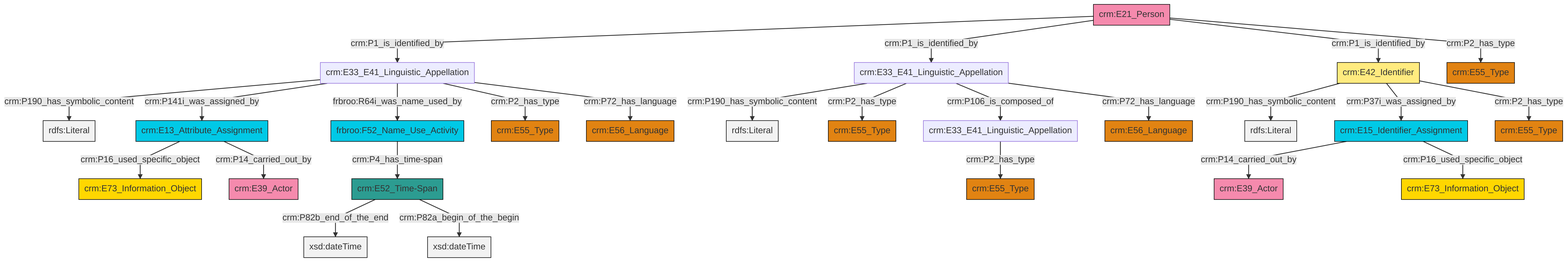
swiss-art-research-net/docs.swissartresearch keeps this Mermaid diagram as et/personCSV/ttl/mmd/png/Person_Names_and_Classification.png. Above is the earlier version. Its source is kept beside it as et/personCSV/ttl/mmd/Person_Names_and_Classification.ttl.mmd.
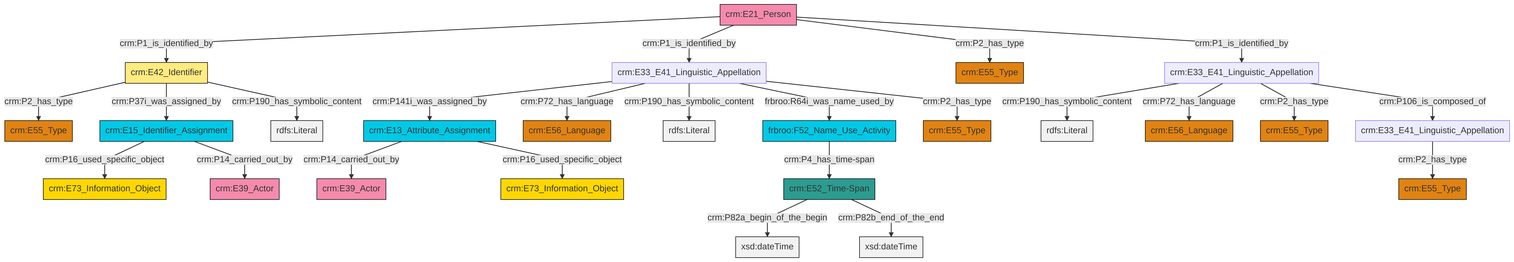
Later version of the same file.

Change to the diagram source:
```diff
@@ -13,27 +13,27 @@
 classDef PC_Classes fill:#4ce600, stroke:#000000;
 classDef Multi fill:#cccccc,stroke:#000000;
 
-4["frbroo:F52_Name_Use_Activity"]:::Temporal_Entity -->|crm:P4_has_time-span| 5["crm:E52_Time-Span"]:::Time-Span
-6["crm:E33_E41_Linguistic_Appellation"]:::Default -->|crm:P190_has_symbolic_content| 7[rdfs:Literal]:::Literal
-15["crm:E21_Person"]:::Actor -->|crm:P1_is_identified_by| 6["crm:E33_E41_Linguistic_Appellation"]:::Default
-2["crm:E33_E41_Linguistic_Appellation"]:::Default -->|crm:P190_has_symbolic_content| 18[rdfs:Literal]:::Literal
-6["crm:E33_E41_Linguistic_Appellation"]:::Default -->|crm:P141i_was_assigned_by| 21["crm:E13_Attribute_Assignment"]:::Temporal_Entity
-5["crm:E52_Time-Span"]:::Time-Span -->|crm:P82b_end_of_the_end| 24[xsd:dateTime]:::Literal
-27["crm:E42_Identifier"]:::Appellation -->|crm:P190_has_symbolic_content| 28[rdfs:Literal]:::Literal
-13["crm:E15_Identifier_Assignment"]:::Temporal_Entity -->|crm:P14_carried_out_by| 29["crm:E39_Actor"]:::Actor
-13["crm:E15_Identifier_Assignment"]:::Temporal_Entity -->|crm:P16_used_specific_object| 30["crm:E73_Information_Object"]:::Conceptual_Object
-15["crm:E21_Person"]:::Actor -->|crm:P1_is_identified_by| 2["crm:E33_E41_Linguistic_Appellation"]:::Default
-15["crm:E21_Person"]:::Actor -->|crm:P1_is_identified_by| 27["crm:E42_Identifier"]:::Appellation
-21["crm:E13_Attribute_Assignment"]:::Temporal_Entity -->|crm:P16_used_specific_object| 31["crm:E73_Information_Object"]:::Conceptual_Object
-15["crm:E21_Person"]:::Actor -->|crm:P2_has_type| 8["crm:E55_Type"]:::Type
-22["crm:E33_E41_Linguistic_Appellation"]:::Default -->|crm:P2_has_type| 16["crm:E55_Type"]:::Type
-5["crm:E52_Time-Span"]:::Time-Span -->|crm:P82a_begin_of_the_begin| 36[xsd:dateTime]:::Literal
-2["crm:E33_E41_Linguistic_Appellation"]:::Default -->|crm:P2_has_type| 19["crm:E55_Type"]:::Type
-27["crm:E42_Identifier"]:::Appellation -->|crm:P37i_was_assigned_by| 13["crm:E15_Identifier_Assignment"]:::Temporal_Entity
-27["crm:E42_Identifier"]:::Appellation -->|crm:P2_has_type| 40["crm:E55_Type"]:::Type
-2["crm:E33_E41_Linguistic_Appellation"]:::Default -->|crm:P106_is_composed_of| 22["crm:E33_E41_Linguistic_Appellation"]:::Default
-6["crm:E33_E41_Linguistic_Appellation"]:::Default -->|frbroo:R64i_was_name_used_by| 4["frbroo:F52_Name_Use_Activity"]:::Temporal_Entity
-6["crm:E33_E41_Linguistic_Appellation"]:::Default -->|crm:P2_has_type| 34["crm:E55_Type"]:::Type
-2["crm:E33_E41_Linguistic_Appellation"]:::Default -->|crm:P72_has_language| 0["crm:E56_Language"]:::Type
-21["crm:E13_Attribute_Assignment"]:::Temporal_Entity -->|crm:P14_carried_out_by| 11["crm:E39_Actor"]:::Actor
-6["crm:E33_E41_Linguistic_Appellation"]:::Default -->|crm:P72_has_language| 25["crm:E56_Language"]:::Type
+0["frbroo:F52_Name_Use_Activity"]:::Temporal_Entity -->|crm:P4_has_time-span| 1["crm:E52_Time-Span"]:::Time-Span
+8["crm:E13_Attribute_Assignment"]:::Temporal_Entity -->|crm:P14_carried_out_by| 9["crm:E39_Actor"]:::Actor
+12["crm:E15_Identifier_Assignment"]:::Temporal_Entity -->|crm:P16_used_specific_object| 6["crm:E73_Information_Object"]:::Conceptual_Object
+13["crm:E33_E41_Linguistic_Appellation"]:::Default -->|crm:P141i_was_assigned_by| 8["crm:E13_Attribute_Assignment"]:::Temporal_Entity
+18["crm:E21_Person"]:::Actor -->|crm:P1_is_identified_by| 2["crm:E42_Identifier"]:::Appellation
+2["crm:E42_Identifier"]:::Appellation -->|crm:P2_has_type| 4["crm:E55_Type"]:::Type
+13["crm:E33_E41_Linguistic_Appellation"]:::Default -->|crm:P72_has_language| 24["crm:E56_Language"]:::Type
+13["crm:E33_E41_Linguistic_Appellation"]:::Default -->|crm:P190_has_symbolic_content| 25[rdfs:Literal]:::Literal
+13["crm:E33_E41_Linguistic_Appellation"]:::Default -->|frbroo:R64i_was_name_used_by| 0["frbroo:F52_Name_Use_Activity"]:::Temporal_Entity
+8["crm:E13_Attribute_Assignment"]:::Temporal_Entity -->|crm:P16_used_specific_object| 33["crm:E73_Information_Object"]:::Conceptual_Object
+2["crm:E42_Identifier"]:::Appellation -->|crm:P37i_was_assigned_by| 12["crm:E15_Identifier_Assignment"]:::Temporal_Entity
+28["crm:E33_E41_Linguistic_Appellation"]:::Default -->|crm:P190_has_symbolic_content| 37[rdfs:Literal]:::Literal
+1["crm:E52_Time-Span"]:::Time-Span -->|crm:P82a_begin_of_the_begin| 38[xsd:dateTime]:::Literal
+18["crm:E21_Person"]:::Actor -->|crm:P1_is_identified_by| 13["crm:E33_E41_Linguistic_Appellation"]:::Default
+12["crm:E15_Identifier_Assignment"]:::Temporal_Entity -->|crm:P14_carried_out_by| 34["crm:E39_Actor"]:::Actor
+18["crm:E21_Person"]:::Actor -->|crm:P2_has_type| 26["crm:E55_Type"]:::Type
+13["crm:E33_E41_Linguistic_Appellation"]:::Default -->|crm:P2_has_type| 14["crm:E55_Type"]:::Type
+18["crm:E21_Person"]:::Actor -->|crm:P1_is_identified_by| 28["crm:E33_E41_Linguistic_Appellation"]:::Default
+28["crm:E33_E41_Linguistic_Appellation"]:::Default -->|crm:P72_has_language| 20["crm:E56_Language"]:::Type
+28["crm:E33_E41_Linguistic_Appellation"]:::Default -->|crm:P2_has_type| 10["crm:E55_Type"]:::Type
+16["crm:E33_E41_Linguistic_Appellation"]:::Default -->|crm:P2_has_type| 30["crm:E55_Type"]:::Type
+2["crm:E42_Identifier"]:::Appellation -->|crm:P190_has_symbolic_content| 43[rdfs:Literal]:::Literal
+1["crm:E52_Time-Span"]:::Time-Span -->|crm:P82b_end_of_the_end| 46[xsd:dateTime]:::Literal
+28["crm:E33_E41_Linguistic_Appellation"]:::Default -->|crm:P106_is_composed_of| 16["crm:E33_E41_Linguistic_Appellation"]:::Default
```
